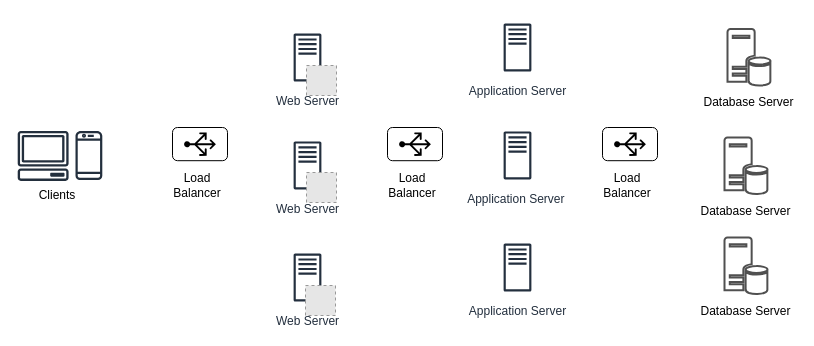
This is LBPlacement.drawio from jayanthkmr/architecture-diagrams, a draw.io file, before an edit. Source tidied: cells renumbered, new cells numbered last; positions are measured from the earlier drawing's top-left corner, leaving out a move shared by most shapes. Both pictures are drawn from the tidied source at 100%, with x=0, y=0 at pixel (17, 17). Pictures stored in the file or linked from it are replaced by grey dashed boxes.
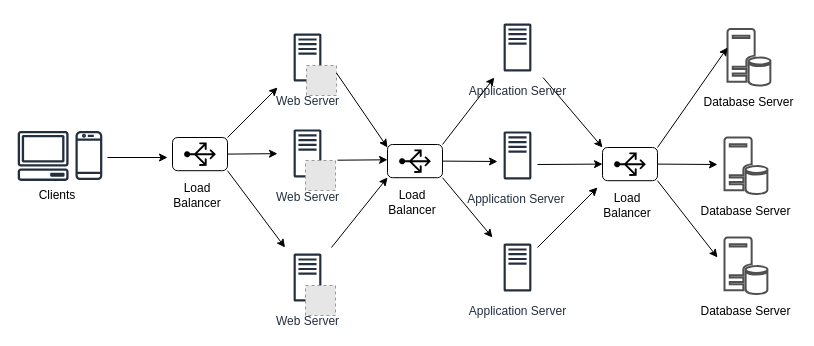
Above is the later version.

Unchanged cells that the change refers to:
```xml
<mxCell id="3" style="rounded=1;whiteSpace=wrap;html=1;" parent="2" vertex="1">
  <mxGeometry width="55" height="33.2" as="geometry" />
</mxCell>
<mxCell id="9" style="rounded=1;whiteSpace=wrap;html=1;" parent="8" vertex="1">
  <mxGeometry width="55" height="33.2" as="geometry" />
</mxCell>
<mxCell id="13" style="rounded=1;whiteSpace=wrap;html=1;" parent="12" vertex="1">
  <mxGeometry width="55" height="33.2" as="geometry" />
</mxCell>
<mxCell id="16" value="Web Server" style="sketch=0;outlineConnect=0;fontColor=#232F3E;gradientColor=none;strokeColor=#232F3E;fillColor=#ffffff;dashed=0;verticalLabelPosition=bottom;verticalAlign=top;align=center;html=1;fontSize=12;fontStyle=0;shape=mxgraph.aws4.resourceIcon;resIcon=mxgraph.aws4.traditional_server;" parent="1" vertex="1">
  <mxGeometry x="260" y="10" width="60" height="60" as="geometry" />
</mxCell>
<mxCell id="18" value="Web Server" style="sketch=0;outlineConnect=0;fontColor=#232F3E;gradientColor=none;strokeColor=#232F3E;fillColor=#ffffff;dashed=0;verticalLabelPosition=bottom;verticalAlign=top;align=center;html=1;fontSize=12;fontStyle=0;shape=mxgraph.aws4.resourceIcon;resIcon=mxgraph.aws4.traditional_server;" parent="1" vertex="1">
  <mxGeometry x="260" y="230" width="60" height="60" as="geometry" />
</mxCell>
<mxCell id="19" value="Application Server" style="sketch=0;outlineConnect=0;fontColor=#232F3E;gradientColor=none;strokeColor=#232F3E;fillColor=#ffffff;dashed=0;verticalLabelPosition=bottom;verticalAlign=top;align=center;html=1;fontSize=12;fontStyle=0;shape=mxgraph.aws4.resourceIcon;resIcon=mxgraph.aws4.traditional_server;" parent="1" vertex="1">
  <mxGeometry x="470" width="60" height="60" as="geometry" />
</mxCell>
<mxCell id="21" value="Application Server" style="sketch=0;outlineConnect=0;fontColor=#232F3E;gradientColor=none;strokeColor=#232F3E;fillColor=#ffffff;dashed=0;verticalLabelPosition=bottom;verticalAlign=top;align=center;html=1;fontSize=12;fontStyle=0;shape=mxgraph.aws4.resourceIcon;resIcon=mxgraph.aws4.traditional_server;" parent="1" vertex="1">
  <mxGeometry x="470" y="220" width="60" height="60" as="geometry" />
</mxCell>
<mxCell id="22" style="fillColor=#E6E6E6;strokeColor=#999999;dashed=1;html=1;verticalAlign=top;verticalLabelPosition=bottom;labelBackgroundColor=#ffffff;" parent="1" vertex="1">
  <mxGeometry x="289" y="48" width="30" height="30" as="geometry" />
</mxCell>
```

The edit, as a diff of the source:
```diff
@@
     <mxCell id="2" style="group;" parent="1" vertex="1">
-      <mxGeometry x="155" y="110" width="55" height="33.2" as="geometry" />
+      <mxGeometry x="155" y="120" width="55" height="33.2" as="geometry" />
     </mxCell>
@@
     <mxCell id="5" value="Load Balancer" style="text;html=1;strokeColor=none;fillColor=none;align=center;verticalAlign=middle;whiteSpace=wrap;rounded=0;" parent="1" vertex="1">
-      <mxGeometry x="150" y="152.9" width="60" height="30" as="geometry" />
+      <mxGeometry x="150" y="162.9" width="60" height="30" as="geometry" />
     </mxCell>
@@
     <mxCell id="8" style="group;" parent="1" vertex="1">
-      <mxGeometry x="370" y="110" width="55" height="33.2" as="geometry" />
+      <mxGeometry x="370" y="127" width="55" height="33.2" as="geometry" />
     </mxCell>
@@
     <mxCell id="11" value="Load Balancer" style="text;html=1;strokeColor=none;fillColor=none;align=center;verticalAlign=middle;whiteSpace=wrap;rounded=0;" parent="1" vertex="1">
-      <mxGeometry x="365" y="152.9" width="60" height="30" as="geometry" />
+      <mxGeometry x="365" y="169.9" width="60" height="30" as="geometry" />
     </mxCell>
     <mxCell id="12" style="group;" parent="1" vertex="1">
-      <mxGeometry x="585" y="110" width="55" height="33.2" as="geometry" />
+      <mxGeometry x="585" y="130" width="55" height="33.2" as="geometry" />
     </mxCell>
@@
     <mxCell id="15" value="Load Balancer" style="text;html=1;strokeColor=none;fillColor=none;align=center;verticalAlign=middle;whiteSpace=wrap;rounded=0;" parent="1" vertex="1">
-      <mxGeometry x="580" y="152.9" width="60" height="30" as="geometry" />
+      <mxGeometry x="580" y="172.9" width="60" height="30" as="geometry" />
     </mxCell>
@@
     <mxCell id="17" value="Web Server" style="sketch=0;outlineConnect=0;fontColor=#232F3E;gradientColor=none;strokeColor=#232F3E;fillColor=#ffffff;dashed=0;verticalLabelPosition=bottom;verticalAlign=top;align=center;html=1;fontSize=12;fontStyle=0;shape=mxgraph.aws4.resourceIcon;resIcon=mxgraph.aws4.traditional_server;" parent="1" vertex="1">
-      <mxGeometry x="260" y="117.9" width="60" height="60" as="geometry" />
+      <mxGeometry x="260" y="105.9" width="60" height="60" as="geometry" />
     </mxCell>
@@
     <mxCell id="23" style="fillColor=#E6E6E6;strokeColor=#999999;dashed=1;html=1;verticalAlign=top;verticalLabelPosition=bottom;labelBackgroundColor=#ffffff;" parent="1" vertex="1">
-      <mxGeometry x="289" y="155" width="30" height="30" as="geometry" />
+      <mxGeometry x="288" y="143" width="30" height="30" as="geometry" />
     </mxCell>
@@
+    <mxCell id="35" style="endArrow=classic;html=1;rounded=0;" parent="1" edge="1">
+      <mxGeometry relative="1" as="geometry">
+        <mxPoint x="90" y="140" as="sourcePoint" />
+        <mxPoint x="150" y="140" as="targetPoint" />
+      </mxGeometry>
+    </mxCell>
+    <mxCell id="36" style="endArrow=classic;html=1;rounded=0;exitX=1;exitY=0;exitDx=0;exitDy=0;" parent="1" edge="1" source="3" target="16">
+      <mxGeometry relative="1" as="geometry" />
+    </mxCell>
+    <mxCell id="37" style="endArrow=classic;html=1;rounded=0;exitX=1;exitY=0.5;exitDx=0;exitDy=0;" parent="1" edge="1" source="3" target="17">
+      <mxGeometry relative="1" as="geometry" />
+    </mxCell>
+    <mxCell id="38" style="endArrow=classic;html=1;rounded=0;exitX=1;exitY=1;exitDx=0;exitDy=0;" parent="1" edge="1" source="3" target="18">
+      <mxGeometry relative="1" as="geometry" />
+    </mxCell>
+    <mxCell id="39" style="endArrow=classic;html=1;rounded=0;exitX=1;exitY=0.25;exitDx=0;exitDy=0;" parent="1" edge="1" source="22">
+      <mxGeometry relative="1" as="geometry">
+        <mxPoint x="370" y="130" as="targetPoint" />
+      </mxGeometry>
+    </mxCell>
+    <mxCell id="40" style="endArrow=classic;html=1;rounded=0;entryX=0;entryY=0.25;entryDx=0;entryDy=0;" parent="1" edge="1">
+      <mxGeometry relative="1" as="geometry">
+        <mxPoint x="320" y="142.7" as="sourcePoint" />
+        <mxPoint x="370" y="142.3" as="targetPoint" />
+      </mxGeometry>
+    </mxCell>
+    <mxCell id="41" style="endArrow=classic;html=1;rounded=0;" parent="1" edge="1" source="18">
+      <mxGeometry relative="1" as="geometry">
+        <mxPoint x="370" y="160" as="targetPoint" />
+      </mxGeometry>
+    </mxCell>
+    <mxCell id="42" style="endArrow=classic;html=1;rounded=0;exitX=1;exitY=0;exitDx=0;exitDy=0;" parent="1" edge="1" source="9" target="19">
+      <mxGeometry relative="1" as="geometry" />
+    </mxCell>
+    <mxCell id="43" style="endArrow=classic;html=1;rounded=0;exitX=1;exitY=0.5;exitDx=0;exitDy=0;" parent="1" edge="1" source="9">
+      <mxGeometry relative="1" as="geometry">
+        <mxPoint x="480" y="144" as="targetPoint" />
+      </mxGeometry>
+    </mxCell>
+    <mxCell id="44" style="endArrow=classic;html=1;rounded=0;exitX=1;exitY=1;exitDx=0;exitDy=0;" parent="1" edge="1" source="9" target="21">
+      <mxGeometry relative="1" as="geometry" />
+    </mxCell>
+    <mxCell id="45" style="endArrow=classic;html=1;rounded=0;entryX=0;entryY=0;entryDx=0;entryDy=0;" parent="1" edge="1" source="19" target="13">
+      <mxGeometry relative="1" as="geometry" />
+    </mxCell>
+    <mxCell id="46" style="endArrow=classic;html=1;rounded=0;entryX=0;entryY=0.5;entryDx=0;entryDy=0;" parent="1" edge="1" target="13">
+      <mxGeometry relative="1" as="geometry">
+        <mxPoint x="520" y="147" as="sourcePoint" />
+      </mxGeometry>
+    </mxCell>
+    <mxCell id="47" style="endArrow=classic;html=1;rounded=0;" parent="1" edge="1">
+      <mxGeometry relative="1" as="geometry">
+        <mxPoint x="520" y="230" as="sourcePoint" />
+        <mxPoint x="580" y="170" as="targetPoint" />
+      </mxGeometry>
+    </mxCell>
+    <mxCell id="48" style="endArrow=classic;html=1;rounded=0;" parent="1" edge="1">
+      <mxGeometry relative="1" as="geometry">
+        <mxPoint x="640" y="130" as="sourcePoint" />
+        <mxPoint x="710" y="30" as="targetPoint" />
+      </mxGeometry>
+    </mxCell>
+    <mxCell id="49" style="endArrow=classic;html=1;rounded=0;exitX=1;exitY=0.5;exitDx=0;exitDy=0;" parent="1" edge="1" source="13">
+      <mxGeometry relative="1" as="geometry">
+        <mxPoint x="700" y="147" as="targetPoint" />
+      </mxGeometry>
+    </mxCell>
+    <mxCell id="50" style="endArrow=classic;html=1;rounded=0;exitX=1;exitY=1;exitDx=0;exitDy=0;" parent="1" edge="1" source="13">
+      <mxGeometry relative="1" as="geometry">
+        <mxPoint x="700" y="240" as="targetPoint" />
+      </mxGeometry>
+    </mxCell>
```
